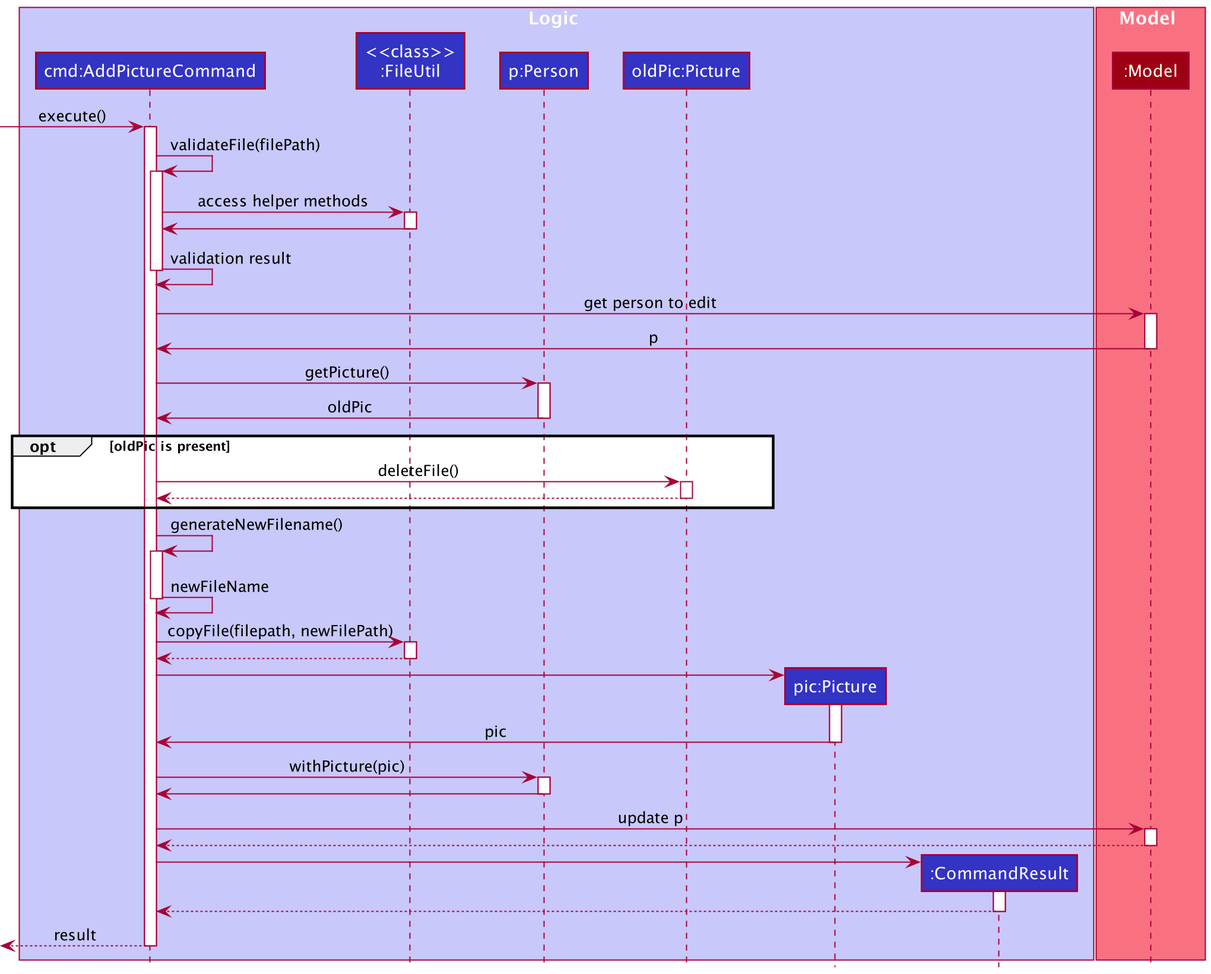
Before: docs/images/AddPictureSequenceDiagram.png, a diagram exported from PlantUML (nus-cs2103-AY2021S2/tp). Source of this version:
```plantuml
@startuml
!include style.puml



box Logic LOGIC_COLOR_T1
participant "cmd:AddPictureCommand" as AddPictureCommand LOGIC_COLOR
participant "<<class>>\n:FileUtil"  as FileUtil LOGIC_COLOR
participant "p:Person" as Person LOGIC_COLOR
participant "oldPic:Picture" as OldPicture LOGIC_COLOR
participant "pic:Picture" as Picture LOGIC_COLOR
participant ":CommandResult" as CommandResult LOGIC_COLOR
end box

box Model MODEL_COLOR_T1
participant ":Model" as Model MODEL_COLOR
end box

[-> AddPictureCommand : execute()
activate AddPictureCommand

AddPictureCommand -> AddPictureCommand : validateFile(filePath)
activate AddPictureCommand

AddPictureCommand -> FileUtil : access helper methods
activate FileUtil

FileUtil -> AddPictureCommand
deactivate FileUtil

AddPictureCommand -> AddPictureCommand : validation result
deactivate AddPictureCommand

AddPictureCommand -> Model : get person to edit
activate Model

Model -> AddPictureCommand : p
deactivate Model

AddPictureCommand -> Person : getPicture()
activate Person

Person -> AddPictureCommand : oldPic
deactivate Person

opt oldPic is present
AddPictureCommand -> OldPicture : deleteFile()
activate OldPicture

OldPicture --> AddPictureCommand
deactivate OldPicture
end

AddPictureCommand -> AddPictureCommand : generateNewFilename()
activate AddPictureCommand

AddPictureCommand -> AddPictureCommand : newFileName
deactivate AddPictureCommand

AddPictureCommand -> FileUtil : copyFile(filepath, newFilePath)
activate FileUtil

FileUtil --> AddPictureCommand
deactivate FileUtil

create Picture
AddPictureCommand -> Picture
activate Picture

Picture -> AddPictureCommand : pic
deactivate Picture

AddPictureCommand -> Person : withPicture(pic)
activate Person

Person -> AddPictureCommand
deactivate Person

AddPictureCommand -> Model : update p
activate Model

Model --> AddPictureCommand
deactivate Model

create CommandResult
AddPictureCommand -> CommandResult
activate CommandResult

CommandResult --> AddPictureCommand
deactivate CommandResult

[<--AddPictureCommand : result
deactivate AddPictureCommand

@enduml
```
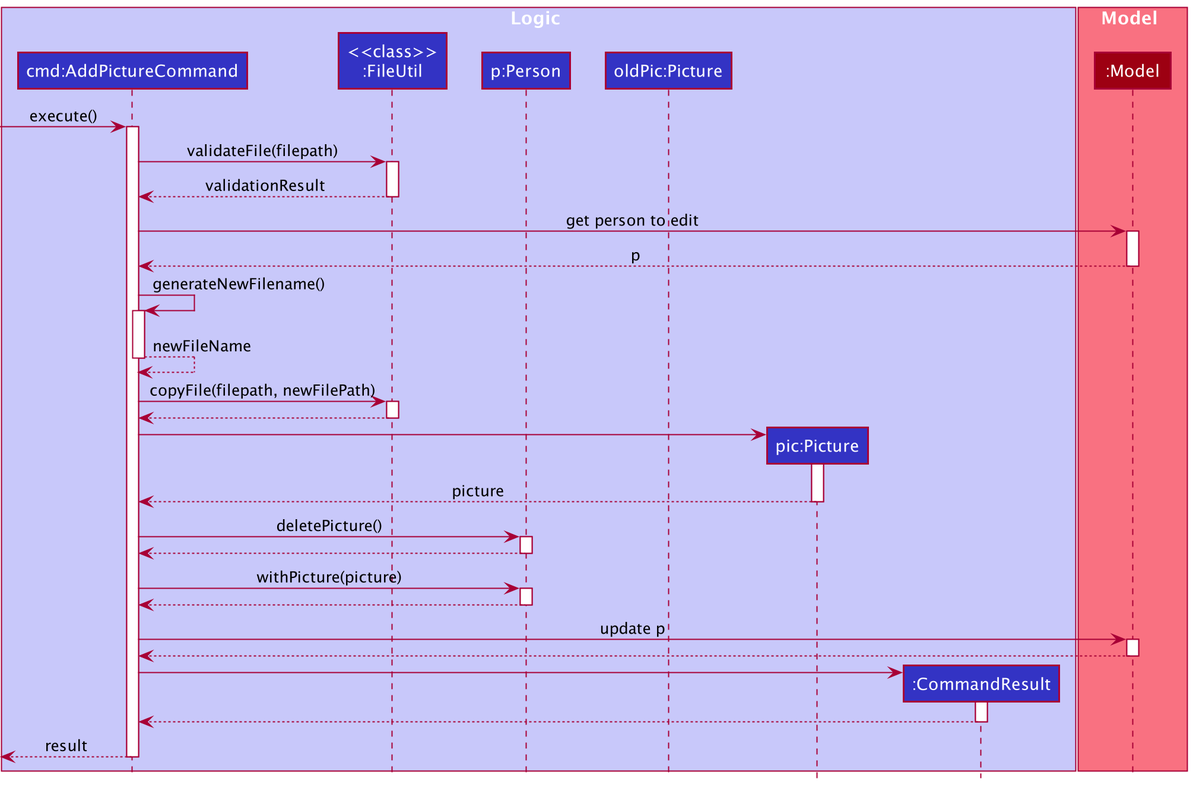
After the commit.

The edit, as a diff of the source:
```diff
@@ -1,7 +1,5 @@
 @startuml
 !include style.puml
-
-
 
 box Logic LOGIC_COLOR_T1
 participant "cmd:AddPictureCommand" as AddPictureCommand LOGIC_COLOR
@@ -19,42 +17,22 @@
 [-> AddPictureCommand : execute()
 activate AddPictureCommand
 
-AddPictureCommand -> AddPictureCommand : validateFile(filePath)
-activate AddPictureCommand
-
-AddPictureCommand -> FileUtil : access helper methods
+AddPictureCommand -> FileUtil : validateFile(filepath)
 activate FileUtil
 
-FileUtil -> AddPictureCommand
+FileUtil --> AddPictureCommand : validationResult
 deactivate FileUtil
-
-AddPictureCommand -> AddPictureCommand : validation result
-deactivate AddPictureCommand
 
 AddPictureCommand -> Model : get person to edit
 activate Model
 
-Model -> AddPictureCommand : p
+Model --> AddPictureCommand : p
 deactivate Model
-
-AddPictureCommand -> Person : getPicture()
-activate Person
-
-Person -> AddPictureCommand : oldPic
-deactivate Person
-
-opt oldPic is present
-AddPictureCommand -> OldPicture : deleteFile()
-activate OldPicture
-
-OldPicture --> AddPictureCommand
-deactivate OldPicture
-end
 
 AddPictureCommand -> AddPictureCommand : generateNewFilename()
 activate AddPictureCommand
 
-AddPictureCommand -> AddPictureCommand : newFileName
+AddPictureCommand --> AddPictureCommand : newFileName
 deactivate AddPictureCommand
 
 AddPictureCommand -> FileUtil : copyFile(filepath, newFilePath)
@@ -67,13 +45,19 @@
 AddPictureCommand -> Picture
 activate Picture
 
-Picture -> AddPictureCommand : pic
+Picture --> AddPictureCommand : picture
 deactivate Picture
 
-AddPictureCommand -> Person : withPicture(pic)
+AddPictureCommand -> Person : deletePicture()
 activate Person
 
-Person -> AddPictureCommand
+Person --> AddPictureCommand
+deactivate Person
+
+AddPictureCommand -> Person : withPicture(picture)
+activate Person
+
+Person --> AddPictureCommand
 deactivate Person
 
 AddPictureCommand -> Model : update p
```
